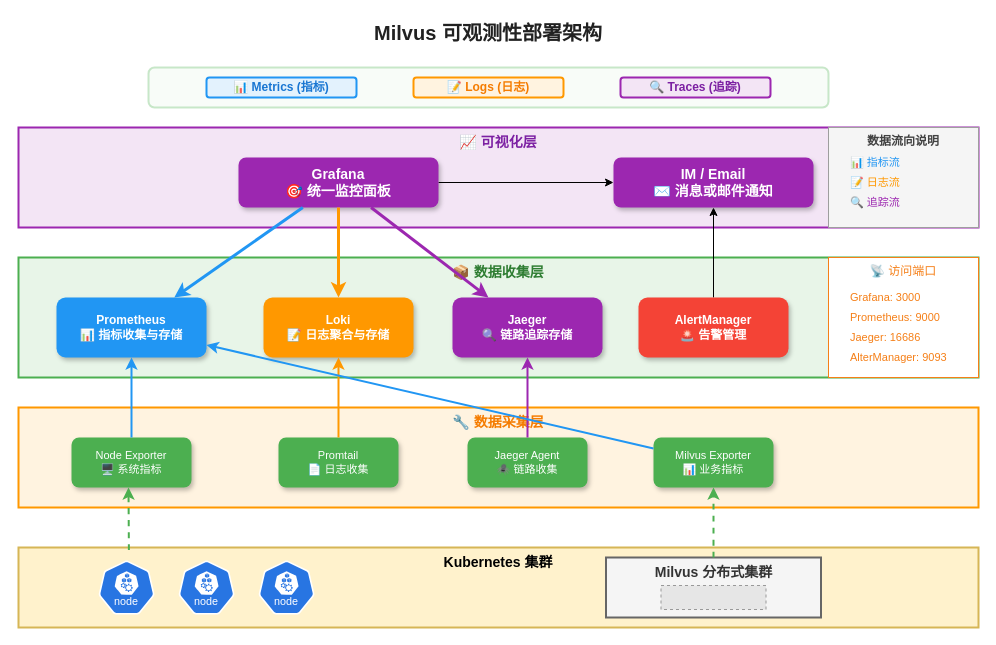
This is ch4/images/milvus.drawio from yuki-node/milvus-workshop, a draw.io file, before an edit. Source tidied: cells renumbered, new cells numbered last; positions are measured from the earlier drawing's top-left corner, leaving out a move shared by most shapes. Both pictures are drawn from the tidied source at 100%, with x=0, y=0 at pixel (18, 17). Pictures stored in the file or linked from it are replaced by grey dashed boxes.
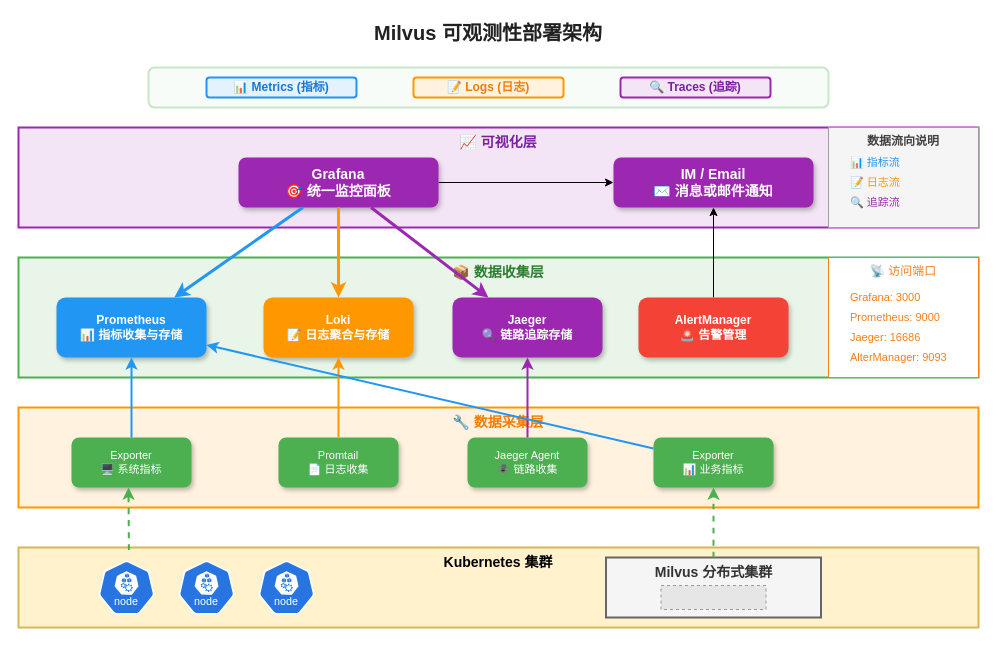
After the change.

Commit message (it also covers changes not shown here):
4.1 Milvus 可观测性运维实战

Change to the diagram source:
```diff
@@
-    <mxCell id="18" value="Node Exporter&#10;🖥️ 系统指标" style="rounded=1;whiteSpace=wrap;html=1;fillColor=#4CAF50;strokeColor=none;fontColor=white;fontSize=11;shadow=1;" parent="1" vertex="1">
+    <mxCell id="18" value="Exporter&lt;br&gt;🖥️ 系统指标" style="rounded=1;whiteSpace=wrap;html=1;fillColor=#4CAF50;strokeColor=none;fontColor=white;fontSize=11;shadow=1;" parent="1" vertex="1">
       <mxGeometry x="53" y="420" width="120" height="50" as="geometry" />
     </mxCell>
@@
-    <mxCell id="21" value="Milvus Exporter&#10;📊 业务指标" style="rounded=1;whiteSpace=wrap;html=1;fillColor=#4CAF50;strokeColor=none;fontColor=white;fontSize=11;shadow=1;" parent="1" vertex="1">
+    <mxCell id="21" value="Exporter&lt;br&gt;📊 业务指标" style="rounded=1;whiteSpace=wrap;html=1;fillColor=#4CAF50;strokeColor=none;fontColor=white;fontSize=11;shadow=1;" parent="1" vertex="1">
       <mxGeometry x="635" y="420" width="120" height="50" as="geometry" />
     </mxCell>
```
